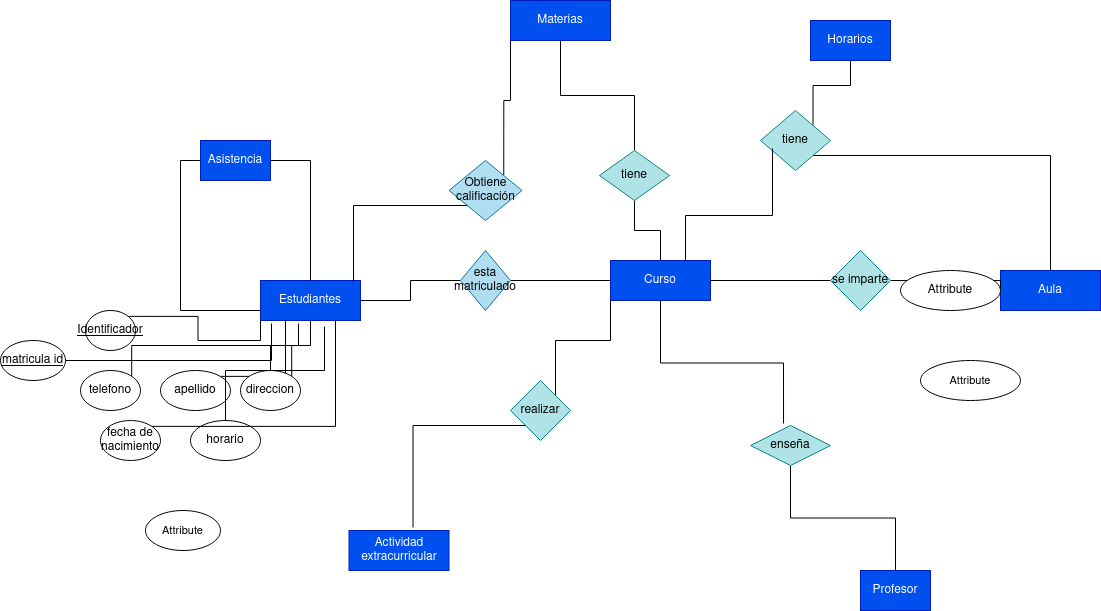
Before: Unidad-1/Tareas/Tareas entregables - Tarea 1/Tarea entregable - 1.drawio.png, a diagram exported from draw.io (CRhernandez1/base-datos). Source tidied: cells renumbered, new cells last; positions are measured from the earlier drawing's top-left corner, leaving out a move shared by most shapes.
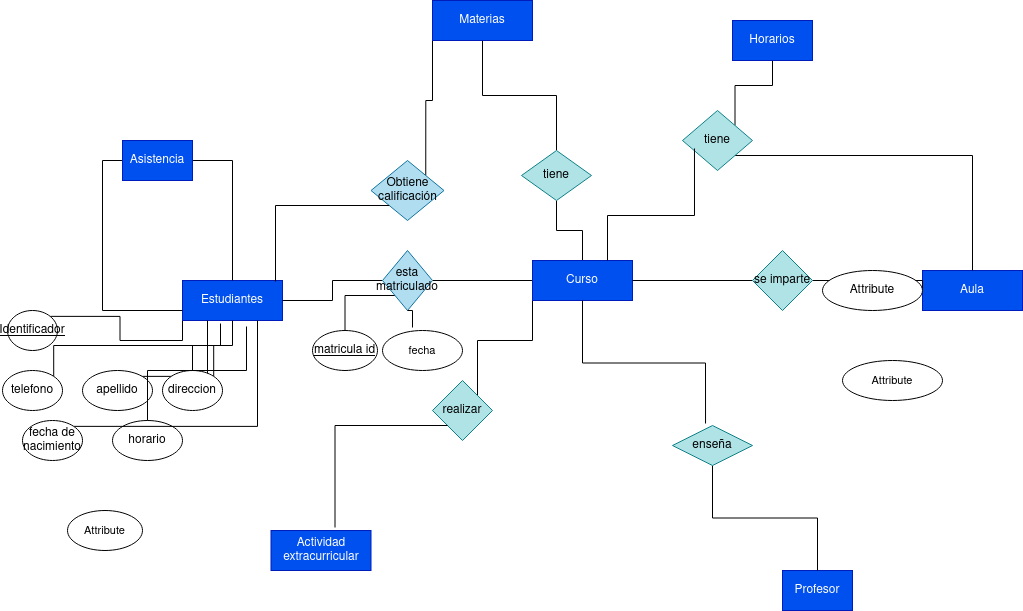
The same file after the commit.

What changed in the source:
```diff
@@ -26,6 +26,9 @@
     <mxCell id="9" style="edgeStyle=orthogonalEdgeStyle;rounded=0;jettySize=auto;html=1;exitX=0;exitY=0.5;exitDx=0;exitDy=0;entryX=1;entryY=0.5;entryDx=0;entryDy=0;endArrow=none;endFill=0;" parent="1" edge="1" source="10" target="8">
       <mxGeometry relative="1" as="geometry" />
     </mxCell>
+    <mxCell id="52" style="edgeStyle=orthogonalEdgeStyle;shape=connector;rounded=0;jettySize=auto;html=1;exitX=0;exitY=1;exitDx=0;exitDy=0;entryX=0.5;entryY=0;entryDx=0;entryDy=0;labelBackgroundColor=default;strokeColor=default;align=center;verticalAlign=middle;fontFamily=Helvetica;fontSize=11;fontColor=default;endArrow=none;endFill=0;" parent="1" edge="1" source="10" target="36">
+      <mxGeometry relative="1" as="geometry" />
+    </mxCell>
     <mxCell id="10" value="esta matriculado" style="shape=rhombus;perimeter=rhombusPerimeter;whiteSpace=wrap;html=1;align=center;fillColor=#b1ddf0;strokeColor=#10739e;" parent="1" vertex="1">
       <mxGeometry x="460" y="250" width="50" height="60" as="geometry" />
     </mxCell>
@@ -114,7 +117,7 @@
       <mxGeometry relative="1" as="geometry" />
     </mxCell>
     <mxCell id="36" value="matricula id" style="ellipse;whiteSpace=wrap;html=1;align=center;fontStyle=4;" parent="1" vertex="1">
-      <mxGeometry y="340" width="65" height="40" as="geometry" />
+      <mxGeometry x="390" y="330" width="65" height="40" as="geometry" />
     </mxCell>
     <mxCell id="37" style="edgeStyle=orthogonalEdgeStyle;shape=connector;rounded=0;jettySize=auto;html=1;exitX=1;exitY=0;exitDx=0;exitDy=0;entryX=0.25;entryY=1;entryDx=0;entryDy=0;labelBackgroundColor=default;strokeColor=default;align=center;verticalAlign=middle;fontFamily=Helvetica;fontSize=11;fontColor=default;endArrow=none;endFill=0;" parent="1" edge="1" source="38" target="8">
       <mxGeometry relative="1" as="geometry" />
@@ -158,8 +161,11 @@
     <mxCell id="50" value="Attribute" style="ellipse;whiteSpace=wrap;html=1;align=center;fontFamily=Helvetica;fontSize=11;fontColor=default;" parent="1" vertex="1">
       <mxGeometry x="145" y="510" width="75" height="40" as="geometry" />
     </mxCell>
-    <mxCell id="51" style="edgeStyle=orthogonalEdgeStyle;shape=connector;rounded=0;jettySize=auto;html=1;exitX=1;exitY=0.5;exitDx=0;exitDy=0;entryX=0.11;entryY=1.075;entryDx=0;entryDy=0;entryPerimeter=0;labelBackgroundColor=default;strokeColor=default;align=center;verticalAlign=middle;fontFamily=Helvetica;fontSize=11;fontColor=default;endArrow=none;endFill=0;" parent="1" edge="1" source="36" target="8">
-      <mxGeometry relative="1" as="geometry" />
-    </mxCell>
+    <mxCell id="53" value="fecha" style="ellipse;whiteSpace=wrap;html=1;align=center;fontFamily=Helvetica;fontSize=11;fontColor=default;" parent="1" vertex="1">
+      <mxGeometry x="460" y="330" width="80" height="40" as="geometry" />
+    </mxCell>
+    <mxCell id="54" style="edgeStyle=orthogonalEdgeStyle;shape=connector;rounded=0;jettySize=auto;html=1;exitX=0.5;exitY=1;exitDx=0;exitDy=0;entryX=0.375;entryY=-0.075;entryDx=0;entryDy=0;entryPerimeter=0;labelBackgroundColor=default;strokeColor=default;align=center;verticalAlign=middle;fontFamily=Helvetica;fontSize=11;fontColor=default;endArrow=none;endFill=0;" parent="1" edge="1" source="10" target="53">
+      <mxGeometry relative="1" as="geometry" />
+    </mxCell>
   </root>
 </mxGraphModel>
```
